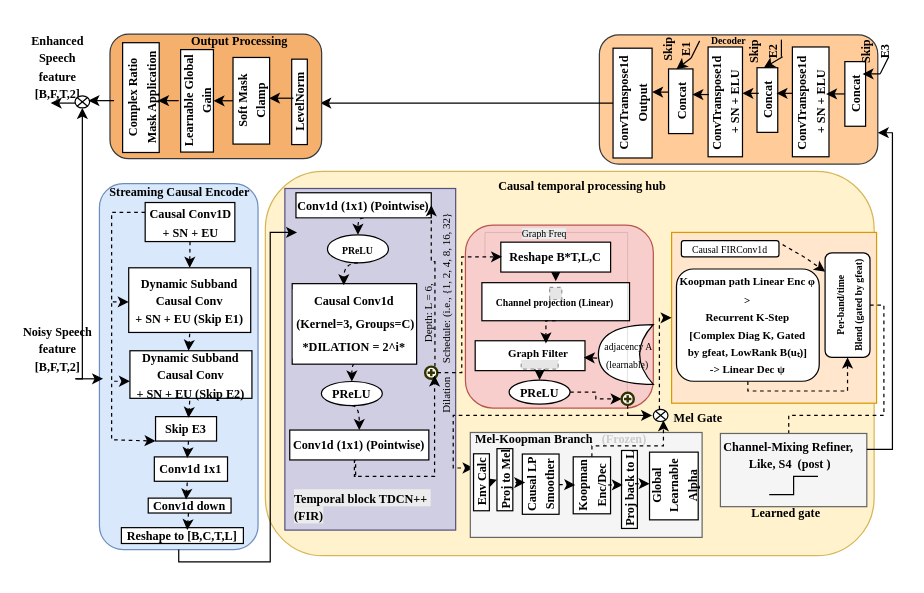
Above: src/Untitled Diagram.drawio in drchk/Timeseries_fuction (draw.io), before the change. Source tidied: cells renumbered, new cells numbered last; positions are measured from the earlier drawing's top-left corner, leaving out a move shared by most shapes. Both pictures are drawn from the tidied source at 122%, with x=0, y=0 at pixel (21, -40). Pictures stored in the file or linked from it are replaced by grey dashed boxes.
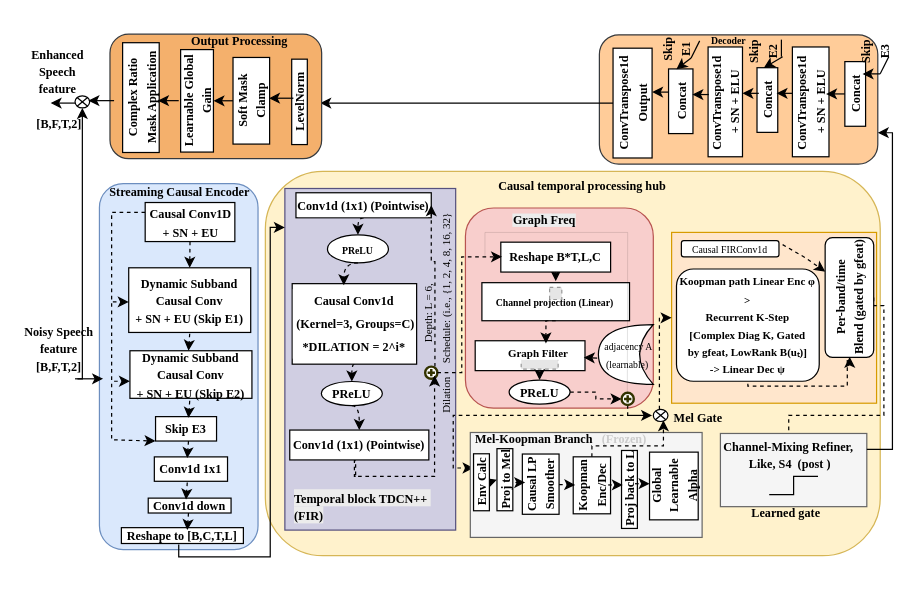
Above is the later version.

Unchanged cells that the change refers to:
```xml
<mxCell id="2" style="rounded=1;whiteSpace=wrap;html=1;fillColor=#dae8fc;strokeColor=#6c8ebf;" parent="1" vertex="1">
  <mxGeometry x="64" y="183" width="130" height="300" as="geometry" />
</mxCell>
<mxCell id="66" value="&lt;font face=&quot;Times New Roman&quot; style=&quot;font-size: 9px;&quot;&gt;&lt;b&gt;Koopman path Linear Enc φ &amp;gt;&lt;br&gt;Recurrent K-Step&lt;br&gt;[Complex Diag K, Gated&lt;br&gt;by gfeat, LowRank B(uₜ)]&lt;br&gt;-&amp;gt; Linear Dec ψ&lt;/b&gt;&lt;/font&gt;" style="rounded=1;whiteSpace=wrap;html=1;" parent="1" vertex="1">
  <mxGeometry x="537" y="253" width="117" height="92" as="geometry" />
</mxCell>
```

Diff of the diagram source:
```diff
@@
     <mxCell id="3" style="rounded=1;whiteSpace=wrap;html=1;fillColor=#fff2cc;strokeColor=#d6b656;" parent="1" vertex="1">
-      <mxGeometry x="200" y="173" width="499" height="315" as="geometry" />
+      <mxGeometry x="200" y="173" width="504" height="315" as="geometry" />
     </mxCell>
@@
     <mxCell id="28" style="rounded=1;whiteSpace=wrap;html=1;fillColor=#f8cecc;strokeColor=#b85450;" parent="1" vertex="1">
-      <mxGeometry x="364" y="217" width="154" height="150" as="geometry" />
+      <mxGeometry x="364" y="203" width="154" height="164" as="geometry" />
     </mxCell>
-    <mxCell id="29" value="&lt;font face=&quot;Times New Roman&quot; style=&quot;font-size: 8px;&quot;&gt;&lt;br&gt;&lt;span style=&quot;color: rgb(0, 0, 0); font-style: normal; font-variant-ligatures: normal; font-variant-caps: normal; font-weight: 400; letter-spacing: normal; orphans: 2; text-align: center; text-indent: 0px; text-transform: none; widows: 2; word-spacing: 0px; -webkit-text-stroke-width: 0px; white-space: normal; background-color: rgb(236, 236, 236); text-decoration-thickness: initial; text-decoration-style: initial; text-decoration-color: initial; float: none; display: inline !important;&quot;&gt;Graph Freq&lt;/span&gt;&lt;br&gt;&lt;/font&gt;" style="text;html=1;whiteSpace=wrap;strokeColor=none;fillColor=none;align=center;verticalAlign=middle;rounded=0;" parent="1" vertex="1">
-      <mxGeometry x="399" y="200" width="60" height="30" as="geometry" />
+    <mxCell id="29" value="&lt;font face=&quot;Times New Roman&quot; style=&quot;&quot;&gt;&lt;font style=&quot;font-size: 10px;&quot;&gt;&lt;b&gt;&lt;br&gt;&lt;span style=&quot;color: rgb(0, 0, 0); font-style: normal; font-variant-ligatures: normal; font-variant-caps: normal; letter-spacing: normal; orphans: 2; text-align: center; text-indent: 0px; text-transform: none; widows: 2; word-spacing: 0px; -webkit-text-stroke-width: 0px; white-space: normal; background-color: rgb(236, 236, 236); text-decoration-thickness: initial; text-decoration-style: initial; text-decoration-color: initial; float: none; display: inline !important;&quot;&gt;Graph Freq&lt;/span&gt;&lt;/b&gt;&lt;/font&gt;&lt;br&gt;&lt;/font&gt;" style="text;html=1;whiteSpace=wrap;strokeColor=none;fillColor=none;align=center;verticalAlign=middle;rounded=0;" parent="1" vertex="1">
+      <mxGeometry x="399" y="190" width="60" height="30" as="geometry" />
     </mxCell>
@@
-    <mxCell id="65" style="edgeStyle=orthogonalEdgeStyle;rounded=0;jettySize=auto;html=1;exitX=0.5;exitY=1;exitDx=0;exitDy=0;entryX=0;entryY=0.5;entryDx=0;entryDy=0;elbow=vertical;dashed=1;" parent="1" edge="1" source="66" target="68">
+    <mxCell id="65" style="edgeStyle=orthogonalEdgeStyle;rounded=0;orthogonalLoop=1;jettySize=auto;html=1;exitX=0.5;exitY=1;exitDx=0;exitDy=0;elbow=vertical;dashed=1;" parent="1" edge="1">
       <mxGeometry relative="1" as="geometry">
+        <mxPoint x="595.5" y="341" as="sourcePoint" />
+        <mxPoint x="679" y="325" as="targetPoint" />
         <Array as="points">
-          <mxPoint x="596" y="353" />
-          <mxPoint x="677" y="353" />
+          <mxPoint x="596" y="349" />
+          <mxPoint x="677" y="349" />
+          <mxPoint x="677" y="328" />
+          <mxPoint x="679" y="328" />
         </Array>
       </mxGeometry>
     </mxCell>
@@
-    <mxCell id="68" value="&lt;font style=&quot;font-size: 8px;&quot; face=&quot;Times New Roman&quot;&gt;&lt;b&gt;Per-band/time&lt;/b&gt;&lt;/font&gt;&lt;div&gt;&lt;b&gt;&lt;font face=&quot;Times New Roman&quot; style=&quot;font-size: 8px;&quot;&gt;Blend (gated&lt;/font&gt;&lt;font face=&quot;Times New Roman&quot; style=&quot;font-size: 8px;&quot;&gt; by gfeat)&lt;/font&gt;&lt;/b&gt;&lt;/div&gt;" style="rounded=1;whiteSpace=wrap;html=1;rotation=-90;" parent="1" vertex="1">
-      <mxGeometry x="634.3" y="264.2" width="85.8" height="36.8" as="geometry" />
+    <mxCell id="68" value="&lt;font style=&quot;font-size: 10px;&quot; face=&quot;Times New Roman&quot;&gt;&lt;b style=&quot;&quot;&gt;Per-band/time&lt;/b&gt;&lt;/font&gt;&lt;div&gt;&lt;b&gt;&lt;font style=&quot;font-size: 10px;&quot;&gt;&lt;font face=&quot;Times New Roman&quot; style=&quot;&quot;&gt;Blend (gated&lt;/font&gt;&lt;font face=&quot;Times New Roman&quot; style=&quot;&quot;&gt; by gfeat)&lt;/font&gt;&lt;/font&gt;&lt;/b&gt;&lt;/div&gt;" style="rounded=1;whiteSpace=wrap;html=1;rotation=-90;" parent="1" vertex="1">
+      <mxGeometry x="629.7" y="256.5" width="98.1" height="39.8" as="geometry" />
     </mxCell>
@@
     <mxCell id="70" value="&lt;font face=&quot;Times New Roman&quot; style=&quot;font-size: 10px;&quot;&gt;&lt;b&gt;Noisy Speech feature [B,F,T,2]&lt;/b&gt;&lt;/font&gt;" style="text;html=1;whiteSpace=wrap;strokeColor=none;fillColor=none;align=center;verticalAlign=middle;rounded=0;" parent="1" vertex="1">
-      <mxGeometry y="293" width="60" height="50" as="geometry" />
+      <mxGeometry x="1" y="293" width="60" height="50" as="geometry" />
     </mxCell>
@@
-    <mxCell id="92" value="&lt;font face=&quot;Times New Roman&quot; style=&quot;font-size: 10px;&quot;&gt;&lt;b&gt;Enhanced Speech feature [B,F,T,2]&lt;/b&gt;&lt;/font&gt;" style="text;html=1;whiteSpace=wrap;strokeColor=none;fillColor=none;align=center;verticalAlign=middle;rounded=0;" parent="1" vertex="1">
-      <mxGeometry x="-0.1" y="72" width="60" height="30" as="geometry" />
+    <mxCell id="92" value="&lt;font face=&quot;Times New Roman&quot; style=&quot;font-size: 10px;&quot;&gt;&lt;b&gt;Enhanced Speech feature&lt;/b&gt;&lt;/font&gt;&lt;div&gt;&lt;font face=&quot;Times New Roman&quot; style=&quot;font-size: 10px;&quot;&gt;&lt;b&gt;&lt;br&gt;&lt;/b&gt;&lt;/font&gt;&lt;/div&gt;&lt;div&gt;&lt;font face=&quot;Times New Roman&quot; style=&quot;font-size: 10px;&quot;&gt;&lt;b&gt;&amp;nbsp;[B,F,T,2]&lt;/b&gt;&lt;/font&gt;&lt;/div&gt;" style="text;html=1;whiteSpace=wrap;strokeColor=none;fillColor=none;align=center;verticalAlign=middle;rounded=0;" parent="1" vertex="1">
+      <mxGeometry x="-0.1" y="90" width="60" height="30" as="geometry" />
     </mxCell>
@@
-    <mxCell id="100" style="edgeStyle=orthogonalEdgeStyle;rounded=0;jettySize=auto;html=1;exitX=0.5;exitY=1;exitDx=0;exitDy=0;elbow=vertical;" parent="1" edge="1" source="2">
+    <mxCell id="100" style="edgeStyle=orthogonalEdgeStyle;rounded=0;orthogonalLoop=1;jettySize=auto;html=1;exitX=0.5;exitY=1;exitDx=0;exitDy=0;elbow=vertical;" parent="1" edge="1">
       <mxGeometry relative="1" as="geometry">
-        <mxPoint x="226" y="223" as="targetPoint" />
+        <mxPoint x="129" y="478.9" as="sourcePoint" />
+        <mxPoint x="216" y="218.9" as="targetPoint" />
         <Array as="points">
-          <mxPoint x="139" y="493" />
-          <mxPoint x="204" y="493" />
-          <mxPoint x="204" y="223" />
-          <mxPoint x="226" y="223" />
+          <mxPoint x="129" y="488.9" />
+          <mxPoint x="204" y="488.9" />
+          <mxPoint x="204" y="218.9" />
         </Array>
       </mxGeometry>
     </mxCell>
```
